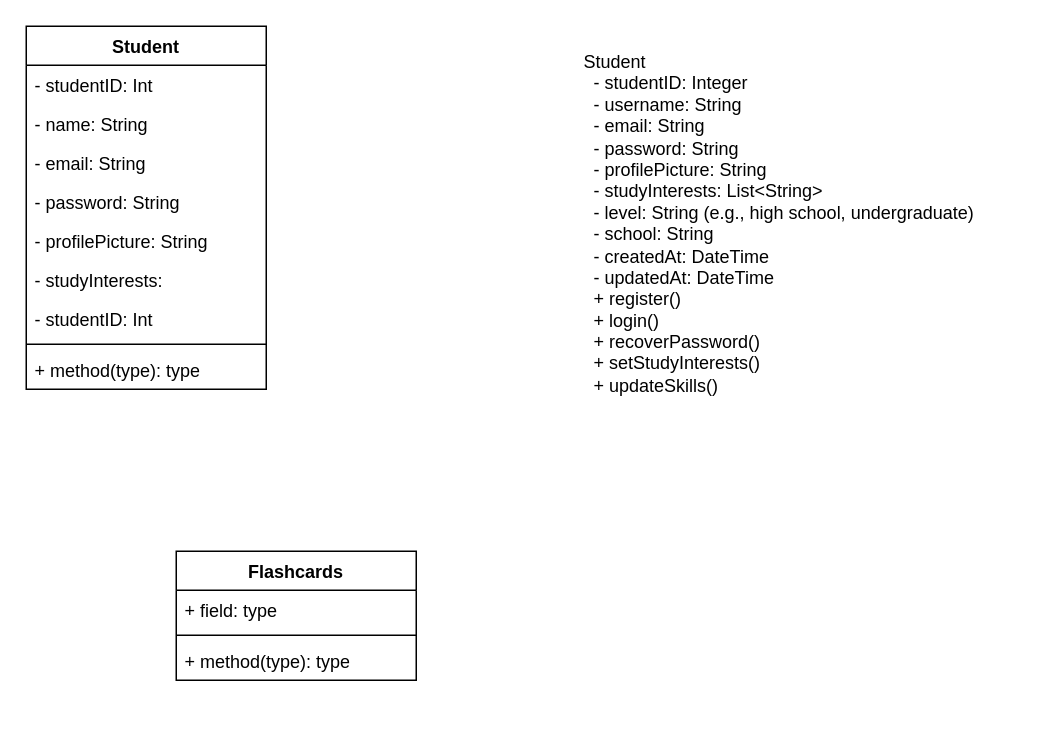
LeloKarma/website keeps this draw.io diagram as page "classdiagram" (1 of 2) of SDMDiagrams.drawio. Above is the earlier version. Source tidied: cells renumbered, new cells numbered last; positions are measured from the earlier drawing's top-left corner, leaving out a move shared by most shapes. Both pictures are drawn from the tidied source at 150%, with x=0, y=0 at pixel (26, 26).
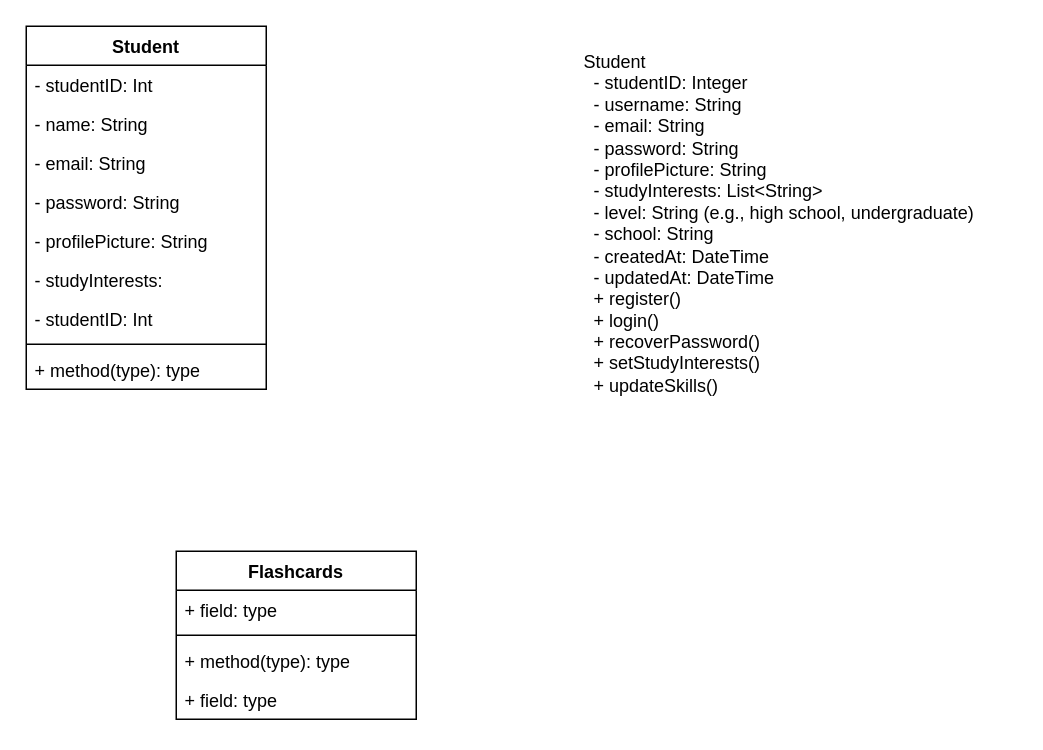
The same diagram, later.

Commit message:
Mettre à jour SDMDiagrams.drawio

The edit, as a diff of the source:
```diff
@@
 <mxGraphModel>
   <root>
     <mxCell id="0" />
     <mxCell id="1" parent="0" />
     <mxCell id="2" value="Student&lt;div&gt;&lt;br&gt;&lt;/div&gt;" style="swimlane;fontStyle=1;align=center;verticalAlign=top;horizontal=1;startSize=26;whiteSpace=wrap;html=1;" parent="1" vertex="1">
       <mxGeometry width="160" height="242" as="geometry" />
     </mxCell>
     <mxCell id="3" value="- studentID: Int" style="text;strokeColor=none;fillColor=none;align=left;verticalAlign=top;spacingLeft=4;spacingRight=4;overflow=hidden;whiteSpace=wrap;html=1;" parent="2" vertex="1">
       <mxGeometry y="26" width="160" height="26" as="geometry" />
     </mxCell>
     <mxCell id="4" value="- name: String" style="text;strokeColor=none;fillColor=none;align=left;verticalAlign=top;spacingLeft=4;spacingRight=4;overflow=hidden;whiteSpace=wrap;html=1;" parent="2" vertex="1">
       <mxGeometry y="52" width="160" height="26" as="geometry" />
     </mxCell>
     <mxCell id="5" value="- email: String" style="text;strokeColor=none;fillColor=none;align=left;verticalAlign=top;spacingLeft=4;spacingRight=4;overflow=hidden;whiteSpace=wrap;html=1;" parent="2" vertex="1">
       <mxGeometry y="78" width="160" height="26" as="geometry" />
     </mxCell>
     <mxCell id="6" value="- password: String" style="text;strokeColor=none;fillColor=none;align=left;verticalAlign=top;spacingLeft=4;spacingRight=4;overflow=hidden;whiteSpace=wrap;html=1;" parent="2" vertex="1">
       <mxGeometry y="104" width="160" height="26" as="geometry" />
     </mxCell>
     <mxCell id="7" value="- profilePicture: String" style="text;strokeColor=none;fillColor=none;align=left;verticalAlign=top;spacingLeft=4;spacingRight=4;overflow=hidden;whiteSpace=wrap;html=1;" parent="2" vertex="1">
       <mxGeometry y="130" width="160" height="26" as="geometry" />
     </mxCell>
     <mxCell id="8" value="- studyInterests:&amp;nbsp;" style="text;strokeColor=none;fillColor=none;align=left;verticalAlign=top;spacingLeft=4;spacingRight=4;overflow=hidden;whiteSpace=wrap;html=1;" parent="2" vertex="1">
       <mxGeometry y="156" width="160" height="26" as="geometry" />
     </mxCell>
     <mxCell id="9" value="- studentID: Int" style="text;strokeColor=none;fillColor=none;align=left;verticalAlign=top;spacingLeft=4;spacingRight=4;overflow=hidden;whiteSpace=wrap;html=1;" parent="2" vertex="1">
       <mxGeometry y="182" width="160" height="26" as="geometry" />
     </mxCell>
     <mxCell id="10" style="line;strokeWidth=1;fillColor=none;align=left;verticalAlign=middle;spacingTop=-1;spacingLeft=3;spacingRight=3;labelPosition=right;strokeColor=inherit;" parent="2" vertex="1">
       <mxGeometry y="208" width="160" height="8" as="geometry" />
     </mxCell>
     <mxCell id="11" value="+ method(type): type" style="text;strokeColor=none;fillColor=none;align=left;verticalAlign=top;spacingLeft=4;spacingRight=4;overflow=hidden;whiteSpace=wrap;html=1;" parent="2" vertex="1">
       <mxGeometry y="216" width="160" height="26" as="geometry" />
     </mxCell>
     <mxCell id="12" value="Flashcards&lt;div&gt;&lt;br&gt;&lt;/div&gt;" style="swimlane;fontStyle=1;align=center;verticalAlign=top;horizontal=1;startSize=26;whiteSpace=wrap;html=1;" parent="1" vertex="1">
-      <mxGeometry x="100" y="350" width="160" height="86" as="geometry" />
+      <mxGeometry x="100" y="350" width="160" height="112" as="geometry" />
     </mxCell>
     <mxCell id="13" value="+ field: type" style="text;strokeColor=none;fillColor=none;align=left;verticalAlign=top;spacingLeft=4;spacingRight=4;overflow=hidden;whiteSpace=wrap;html=1;" parent="12" vertex="1">
       <mxGeometry y="26" width="160" height="26" as="geometry" />
     </mxCell>
     <mxCell id="14" style="line;strokeWidth=1;fillColor=none;align=left;verticalAlign=middle;spacingTop=-1;spacingLeft=3;spacingRight=3;labelPosition=right;strokeColor=inherit;" parent="12" vertex="1">
       <mxGeometry y="52" width="160" height="8" as="geometry" />
     </mxCell>
     <mxCell id="15" value="+ method(type): type" style="text;strokeColor=none;fillColor=none;align=left;verticalAlign=top;spacingLeft=4;spacingRight=4;overflow=hidden;whiteSpace=wrap;html=1;" parent="12" vertex="1">
       <mxGeometry y="60" width="160" height="26" as="geometry" />
     </mxCell>
+    <mxCell id="17" value="+ field: type" style="text;strokeColor=none;fillColor=none;align=left;verticalAlign=top;spacingLeft=4;spacingRight=4;overflow=hidden;whiteSpace=wrap;html=1;" parent="12" vertex="1">
+      <mxGeometry y="86" width="160" height="26" as="geometry" />
+    </mxCell>
     <mxCell id="16" value="Student&#10;  - studentID: Integer&#10;  - username: String&#10;  - email: String&#10;  - password: String&#10;  - profilePicture: String&#10;  - studyInterests: List&lt;String&gt;&#10;  - level: String (e.g., high school, undergraduate)&#10;  - school: String&#10;  - createdAt: DateTime&#10;  - updatedAt: DateTime&#10;  + register()&#10;  + login()&#10;  + recoverPassword()&#10;  + setStudyInterests()&#10;  + updateSkills()" style="text;whiteSpace=wrap;" parent="1" vertex="1">
       <mxGeometry x="370" y="10" width="290" height="250" as="geometry" />
     </mxCell>
   </root>
 </mxGraphModel>
```
